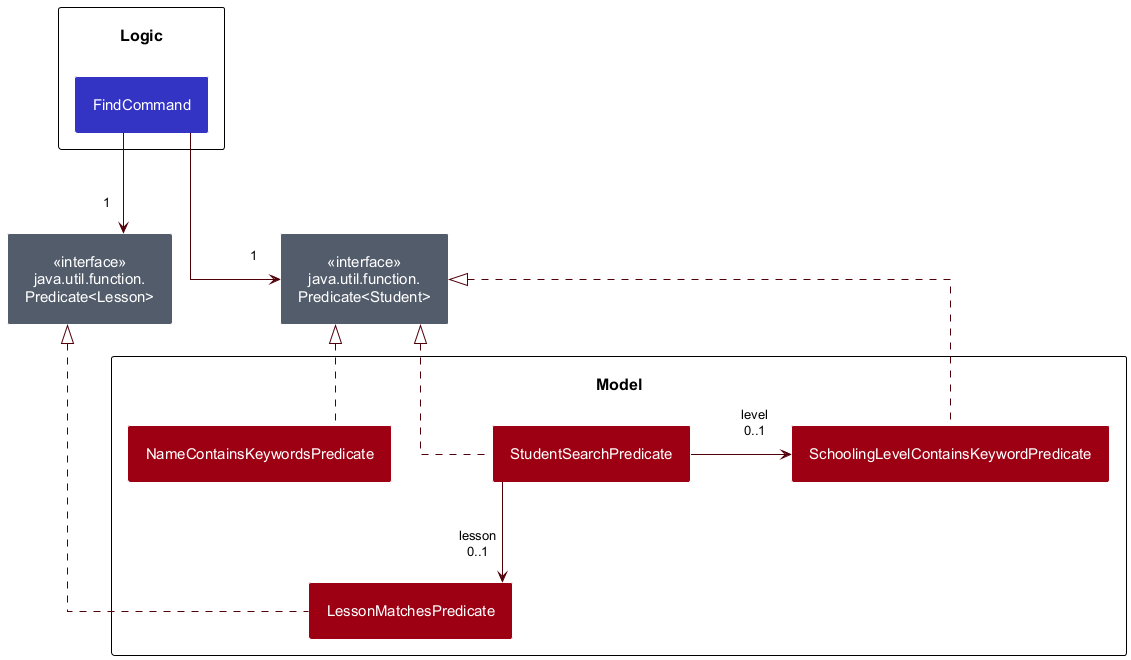
Above: docs/images/StudentSearchClassDiagram.png in AY2627S1-CS2103T-F13-4/tp (PlantUML), before the change. Source of this version:
```plantuml
@startuml
set namespaceSeparator none
!include style.puml
skinparam ArrowFontStyle plain
skinparam linetype ortho
skinparam nodesep 100
skinparam ranksep 100
skinparam padding 15
skinparam packageTitleAlignment left
skinparam classBackgroundColor MODEL_COLOR
skinparam arrowColor #51000A
skinparam genericDisplay old
package Logic {
class FindCommand LOGIC_COLOR
}
class "<<interface>>\njava.util.function.\nPredicate<Student>" as PS #525C6B
class "<<interface>>\njava.util.function.\nPredicate<Lesson>" as PL #525C6B
package Model {
class StudentSearchPredicate
class NameContainsKeywordsPredicate
class SchoolingLevelContainsKeywordPredicate
class LessonMatchesPredicate
}
FindCommand --> "1" PS
FindCommand --> "1" PL
StudentSearchPredicate .up.|> PS
NameContainsKeywordsPredicate .up.|> PS
SchoolingLevelContainsKeywordPredicate .up.|> PS
LessonMatchesPredicate .up.|> PL
StudentSearchPredicate -right-> "level\n0..1" SchoolingLevelContainsKeywordPredicate
StudentSearchPredicate --> "lesson\n0..1" LessonMatchesPredicate
@enduml
```
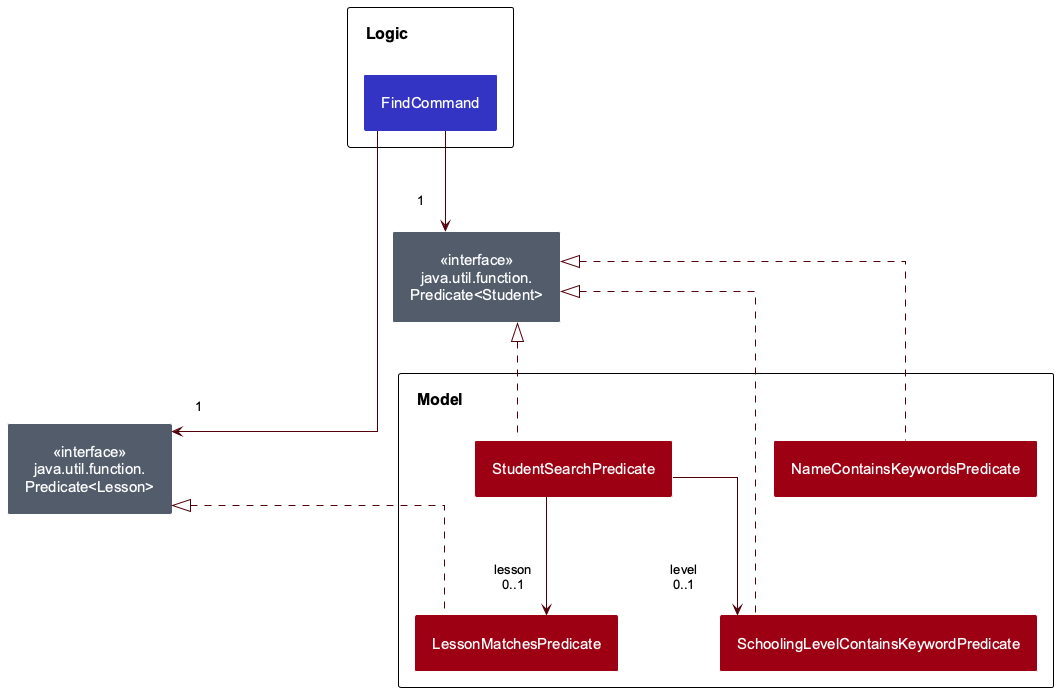
After the commit.

The edit, as a diff of the source:
```diff
@@ -1,4 +1,5 @@
 @startuml
+skinparamlocked defaultFontName Arial
 set namespaceSeparator none
 !include style.puml
 skinparam ArrowFontStyle plain
@@ -27,6 +28,8 @@
 NameContainsKeywordsPredicate .up.|> PS
 SchoolingLevelContainsKeywordPredicate .up.|> PS
 LessonMatchesPredicate .up.|> PL
-StudentSearchPredicate -right-> "level\n0..1" SchoolingLevelContainsKeywordPredicate
+StudentSearchPredicate -down-> "level\n0..1" SchoolingLevelContainsKeywordPredicate
 StudentSearchPredicate --> "lesson\n0..1" LessonMatchesPredicate
+LessonMatchesPredicate -[hidden]right- SchoolingLevelContainsKeywordPredicate
+StudentSearchPredicate -[hidden]right- NameContainsKeywordsPredicate
 @enduml
```
